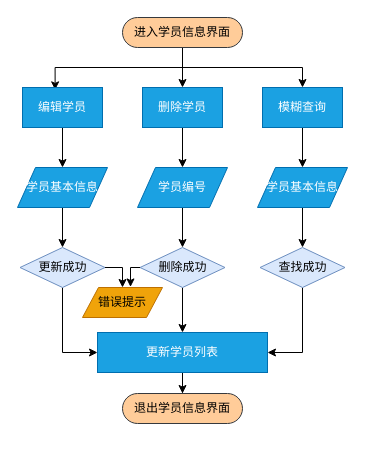
Before: jiaxiaoSystem/M02.drawio in Ringo-linqin/drawio, a draw.io diagram. Source tidied: cells renumbered, new cells numbered last; positions are measured from the earlier drawing's top-left corner, leaving out a move shared by most shapes. Both pictures are drawn from the tidied source at 100%, with x=0, y=0 at pixel (17, 17).
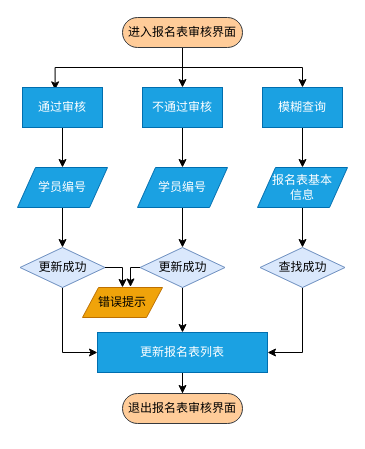
After the change.

Diff of the diagram source:
```diff
@@
-    <mxCell id="5" value="进入学员信息界面" style="html=1;dashed=0;whiteSpace=wrap;shape=mxgraph.dfd.start;fillColor=#ffcc99;strokeColor=#36393d;" parent="1" vertex="1">
+    <mxCell id="5" value="进入报名表审核界面" style="html=1;dashed=0;whiteSpace=wrap;shape=mxgraph.dfd.start;fillColor=#ffcc99;strokeColor=#36393d;" parent="1" vertex="1">
       <mxGeometry x="105" width="120" height="30" as="geometry" />
     </mxCell>
@@
-    <mxCell id="7" value="编辑学员" style="html=1;dashed=0;whiteSpace=wrap;fillColor=#1ba1e2;fontColor=#ffffff;strokeColor=#006EAF;" parent="1" vertex="1">
+    <mxCell id="7" value="通过审核" style="html=1;dashed=0;whiteSpace=wrap;fillColor=#1ba1e2;fontColor=#ffffff;strokeColor=#006EAF;" parent="1" vertex="1">
       <mxGeometry x="5" y="70" width="80" height="40" as="geometry" />
     </mxCell>
-    <mxCell id="8" value="退出学员信息界面" style="html=1;dashed=0;whiteSpace=wrap;shape=mxgraph.dfd.start;fillColor=#ffcc99;strokeColor=#36393d;" parent="1" vertex="1">
+    <mxCell id="8" value="退出报名表审核界面" style="html=1;dashed=0;whiteSpace=wrap;shape=mxgraph.dfd.start;fillColor=#ffcc99;strokeColor=#36393d;" parent="1" vertex="1">
       <mxGeometry x="105" y="376" width="120" height="30" as="geometry" />
     </mxCell>
@@
-    <mxCell id="10" value="删除学员" style="html=1;dashed=0;whiteSpace=wrap;fillColor=#1ba1e2;fontColor=#ffffff;strokeColor=#006EAF;" parent="1" vertex="1">
+    <mxCell id="10" value="不通过审核" style="html=1;dashed=0;whiteSpace=wrap;fillColor=#1ba1e2;fontColor=#ffffff;strokeColor=#006EAF;" parent="1" vertex="1">
       <mxGeometry x="125" y="70" width="80" height="40" as="geometry" />
     </mxCell>
@@
-    <mxCell id="14" value="学员基本信息" style="shape=parallelogram;perimeter=parallelogramPerimeter;whiteSpace=wrap;html=1;dashed=0;fillColor=#1ba1e2;fontColor=#ffffff;strokeColor=#006EAF;" parent="1" vertex="1">
+    <mxCell id="14" value="学员编号" style="shape=parallelogram;perimeter=parallelogramPerimeter;whiteSpace=wrap;html=1;dashed=0;fillColor=#1ba1e2;fontColor=#ffffff;strokeColor=#006EAF;" parent="1" vertex="1">
       <mxGeometry y="150" width="90" height="40" as="geometry" />
     </mxCell>
@@
-    <mxCell id="18" value="学员基本信息" style="shape=parallelogram;perimeter=parallelogramPerimeter;whiteSpace=wrap;html=1;dashed=0;fillColor=#1ba1e2;fontColor=#ffffff;strokeColor=#006EAF;" parent="1" vertex="1">
+    <mxCell id="18" value="报名表基本&lt;br&gt;信息" style="shape=parallelogram;perimeter=parallelogramPerimeter;whiteSpace=wrap;html=1;dashed=0;fillColor=#1ba1e2;fontColor=#ffffff;strokeColor=#006EAF;" parent="1" vertex="1">
       <mxGeometry x="240" y="150" width="90" height="40" as="geometry" />
     </mxCell>
@@
-    <mxCell id="24" value="删除成功" style="shape=rhombus;html=1;dashed=0;whiteSpace=wrap;perimeter=rhombusPerimeter;fillColor=#dae8fc;strokeColor=#6c8ebf;" parent="1" vertex="1">
+    <mxCell id="24" value="更新成功" style="shape=rhombus;html=1;dashed=0;whiteSpace=wrap;perimeter=rhombusPerimeter;fillColor=#dae8fc;strokeColor=#6c8ebf;" parent="1" vertex="1">
       <mxGeometry x="122.5" y="230" width="85" height="40" as="geometry" />
     </mxCell>
@@
-    <mxCell id="29" value="更新学员列表" style="html=1;dashed=0;whiteSpace=wrap;fillColor=#1ba1e2;fontColor=#ffffff;strokeColor=#006EAF;" parent="1" vertex="1">
+    <mxCell id="29" value="更新报名表列表" style="html=1;dashed=0;whiteSpace=wrap;fillColor=#1ba1e2;fontColor=#ffffff;strokeColor=#006EAF;" parent="1" vertex="1">
       <mxGeometry x="80" y="315" width="170" height="40" as="geometry" />
     </mxCell>
```
